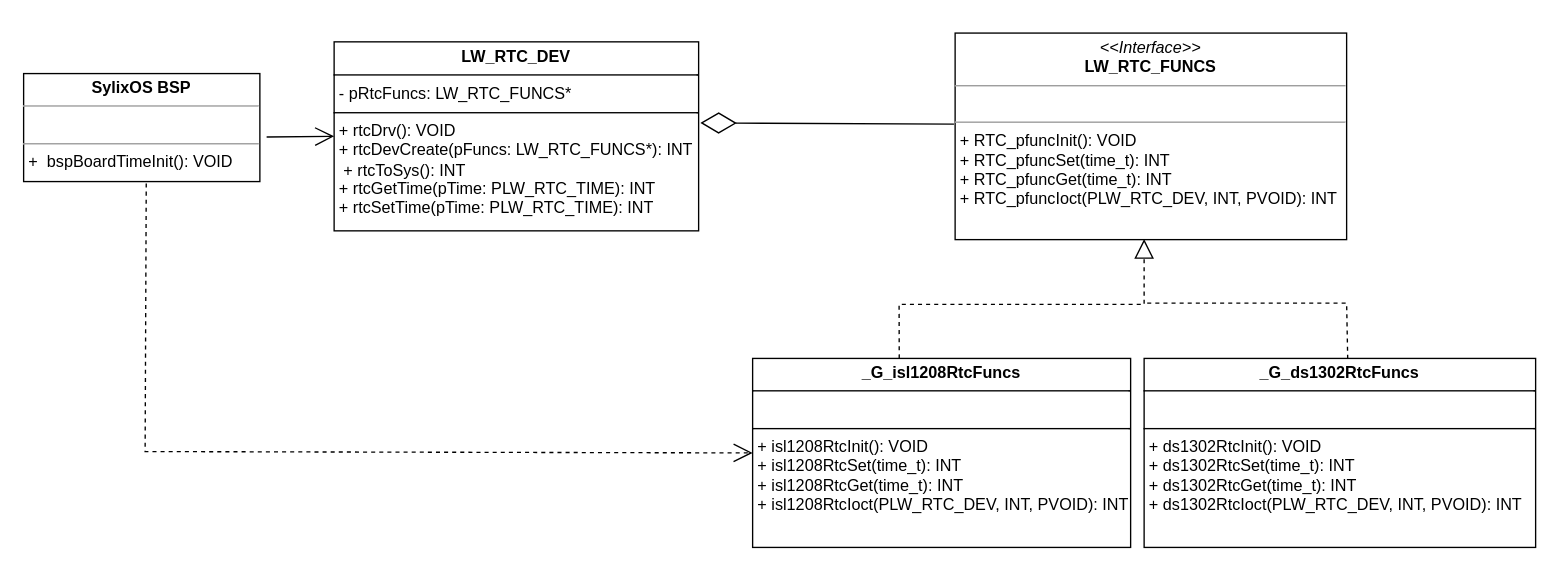
This is page "Page-1" (1 of 3) of draw/SylixOS内核艺术.drawio from peng-fan/drawio, a draw.io file, before an edit. Source tidied: cells renumbered, new cells numbered last; positions are measured from the earlier drawing's top-left corner, leaving out a move shared by most shapes. Both pictures are drawn from the tidied source at 135%, with x=0, y=0 at pixel (23, 32).
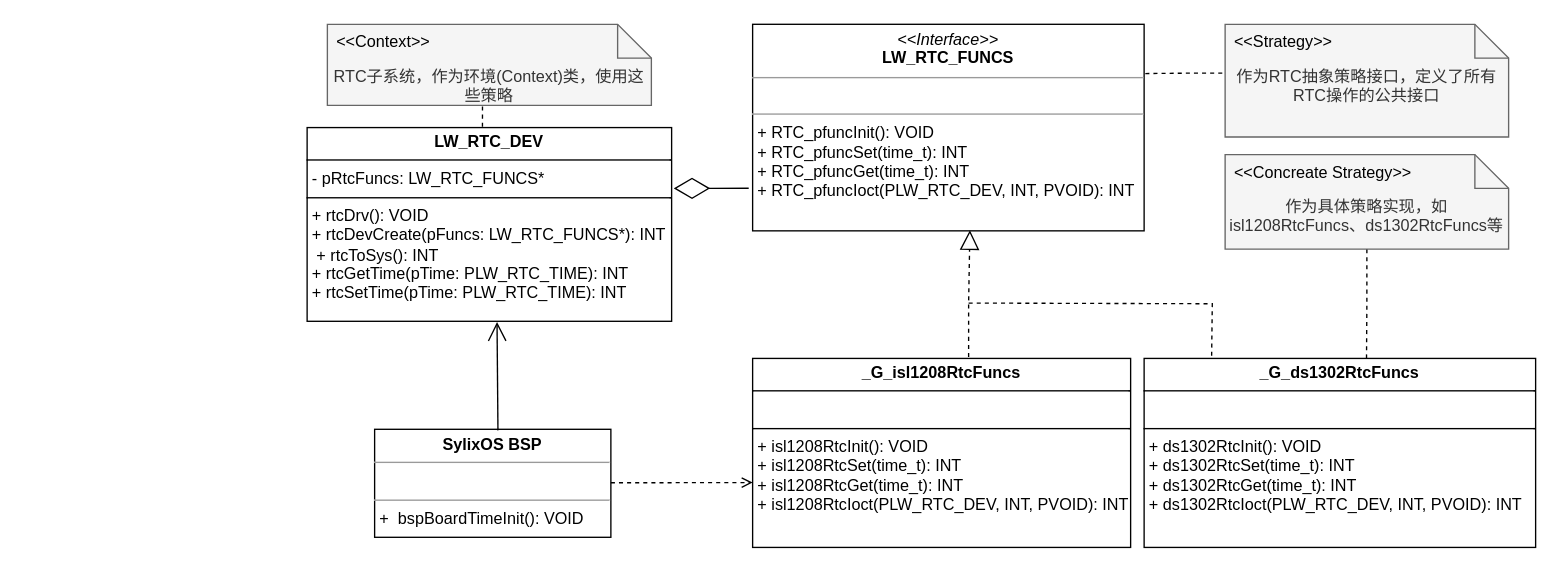
Above is the later version.

Commit message (it also covers changes not shown here):
更新SylixOS内核艺术.drawio

The change refers to these unchanged cells:
```xml
<mxCell id="3" value="&lt;p style=&quot;margin:0px;margin-top:4px;text-align:center;&quot;&gt;&lt;b&gt;_G_&lt;span style=&quot;background-color: transparent; color: light-dark(rgb(0, 0, 0), rgb(255, 255, 255)); text-align: left;&quot;&gt;isl1208RtcFuncs&lt;/span&gt;&lt;/b&gt;&lt;/p&gt;&lt;hr size=&quot;1&quot; style=&quot;border-style:solid;&quot;&gt;&lt;p style=&quot;margin:0px;margin-left:4px;&quot;&gt;&lt;br&gt;&lt;/p&gt;&lt;hr size=&quot;1&quot; style=&quot;border-style:solid;&quot;&gt;&lt;p style=&quot;text-wrap-mode: nowrap; margin: 0px 0px 0px 4px;&quot;&gt;+ isl1208RtcInit(): VOID&lt;br&gt;+ isl1208RtcSet(time_t): INT&lt;/p&gt;&lt;p style=&quot;margin: 0px 0px 0px 4px; text-wrap-mode: nowrap;&quot;&gt;+ isl1208Rtc&lt;span style=&quot;background-color: transparent; color: light-dark(rgb(0, 0, 0), rgb(255, 255, 255));&quot;&gt;Get(&lt;/span&gt;&lt;span style=&quot;background-color: transparent;&quot;&gt;time_t&lt;/span&gt;&lt;span style=&quot;background-color: transparent; color: light-dark(rgb(0, 0, 0), rgb(255, 255, 255));&quot;&gt;): INT&lt;/span&gt;&lt;/p&gt;&lt;p style=&quot;text-wrap-mode: nowrap; margin: 0px 0px 0px 4px;&quot;&gt;+ isl1208Rtc&lt;span style=&quot;background-color: transparent;&quot;&gt;Ioct&lt;/span&gt;&lt;span style=&quot;color: light-dark(rgb(0, 0, 0), rgb(255, 255, 255)); background-color: transparent;&quot;&gt;(P&lt;/span&gt;&lt;span style=&quot;background-color: transparent;&quot;&gt;LW_RTC_DEV, INT, PVOID): INT&lt;/span&gt;&lt;/p&gt;" style="verticalAlign=top;align=left;overflow=fill;html=1;whiteSpace=wrap;" parent="1" vertex="1">
  <mxGeometry x="540" y="241" width="280" height="140" as="geometry" />
</mxCell>
<mxCell id="4" value="&lt;p style=&quot;margin:0px;margin-top:4px;text-align:center;&quot;&gt;&lt;b&gt;_G_ds1302RtcFuncs&lt;/b&gt;&lt;/p&gt;&lt;hr size=&quot;1&quot; style=&quot;border-style:solid;&quot;&gt;&lt;p style=&quot;margin:0px;margin-left:4px;&quot;&gt;&lt;br&gt;&lt;/p&gt;&lt;hr size=&quot;1&quot; style=&quot;border-style:solid;&quot;&gt;&lt;p style=&quot;text-wrap-mode: nowrap; margin: 0px 0px 0px 4px;&quot;&gt;+&amp;nbsp;&lt;span style=&quot;text-wrap-mode: wrap;&quot;&gt;ds1302&lt;/span&gt;RtcInit(): VOID&lt;br&gt;+&amp;nbsp;&lt;span style=&quot;text-wrap-mode: wrap;&quot;&gt;ds1302&lt;/span&gt;RtcSet(time_t): INT&lt;/p&gt;&lt;p style=&quot;margin: 0px 0px 0px 4px; text-wrap-mode: nowrap;&quot;&gt;+&amp;nbsp;&lt;span style=&quot;text-wrap-mode: wrap;&quot;&gt;ds1302&lt;/span&gt;Rtc&lt;span style=&quot;background-color: transparent; color: light-dark(rgb(0, 0, 0), rgb(255, 255, 255));&quot;&gt;Get(&lt;/span&gt;&lt;span style=&quot;background-color: transparent;&quot;&gt;time_t&lt;/span&gt;&lt;span style=&quot;background-color: transparent; color: light-dark(rgb(0, 0, 0), rgb(255, 255, 255));&quot;&gt;): INT&lt;/span&gt;&lt;/p&gt;&lt;p style=&quot;text-wrap-mode: nowrap; margin: 0px 0px 0px 4px;&quot;&gt;+&amp;nbsp;&lt;span style=&quot;text-wrap-mode: wrap;&quot;&gt;ds1302&lt;/span&gt;Rtc&lt;span style=&quot;background-color: transparent;&quot;&gt;Ioct&lt;/span&gt;&lt;span style=&quot;color: light-dark(rgb(0, 0, 0), rgb(255, 255, 255)); background-color: transparent;&quot;&gt;(P&lt;/span&gt;&lt;span style=&quot;background-color: transparent;&quot;&gt;LW_RTC_DEV, INT, PVOID): INT&lt;/span&gt;&lt;/p&gt;" style="verticalAlign=top;align=left;overflow=fill;html=1;whiteSpace=wrap;" parent="1" vertex="1">
  <mxGeometry x="830" y="241" width="290" height="140" as="geometry" />
</mxCell>
```

What changed in the source:
```diff
@@
     <mxCell id="2" value="&lt;p style=&quot;margin:0px;margin-top:4px;text-align:center;&quot;&gt;&lt;i&gt;&amp;lt;&amp;lt;Interface&amp;gt;&amp;gt;&lt;/i&gt;&lt;br&gt;&lt;b&gt;LW_RTC_FUNCS&lt;/b&gt;&lt;/p&gt;&lt;hr size=&quot;1&quot;&gt;&lt;p style=&quot;margin:0px;margin-left:4px;&quot;&gt;&lt;br&gt;&lt;/p&gt;&lt;hr size=&quot;1&quot;&gt;&lt;p style=&quot;margin:0px;margin-left:4px;&quot;&gt;+ RTC_pfuncInit(): VOID&lt;br&gt;+ RTC_pfuncSet(time_t): INT&lt;/p&gt;&lt;p style=&quot;margin:0px;margin-left:4px;&quot;&gt;+&amp;nbsp;&lt;span style=&quot;background-color: transparent; color: light-dark(rgb(0, 0, 0), rgb(255, 255, 255));&quot;&gt;RTC_pfuncGet(&lt;/span&gt;&lt;span style=&quot;background-color: transparent;&quot;&gt;time_t&lt;/span&gt;&lt;span style=&quot;background-color: transparent; color: light-dark(rgb(0, 0, 0), rgb(255, 255, 255));&quot;&gt;): INT&lt;/span&gt;&lt;/p&gt;&lt;p style=&quot;margin:0px;margin-left:4px;&quot;&gt;+&amp;nbsp;&lt;span style=&quot;background-color: transparent;&quot;&gt;RTC_pfuncIoct&lt;/span&gt;&lt;span style=&quot;color: light-dark(rgb(0, 0, 0), rgb(255, 255, 255)); background-color: transparent;&quot;&gt;(P&lt;/span&gt;&lt;span style=&quot;background-color: transparent;&quot;&gt;LW_RTC_DEV, INT, PVOID): INT&lt;/span&gt;&lt;/p&gt;" style="verticalAlign=top;align=left;overflow=fill;fontSize=12;fontFamily=Helvetica;html=1;rounded=0;shadow=0;comic=0;labelBackgroundColor=none;strokeWidth=1;" parent="1" vertex="1">
-      <mxGeometry x="690" width="290" height="153" as="geometry" />
+      <mxGeometry x="540" y="-6.5" width="290" height="153" as="geometry" />
     </mxCell>
@@
-    <mxCell id="5" style="endArrow=block;dashed=1;endFill=0;endSize=12;html=1;rounded=0;exitX=0.567;exitY=-0.007;exitDx=0;exitDy=0;exitPerimeter=0;entryX=0.488;entryY=0.991;entryDx=0;entryDy=0;entryPerimeter=0;" parent="1" edge="1">
+    <mxCell id="5" style="endArrow=block;dashed=1;endFill=0;endSize=12;html=1;rounded=0;entryX=0.555;entryY=0.997;entryDx=0;entryDy=0;entryPerimeter=0;" parent="1" edge="1" target="2">
       <mxGeometry relative="1" as="geometry">
-        <mxPoint x="648.6" y="241" as="sourcePoint" />
-        <mxPoint x="830" y="152.6" as="targetPoint" />
+        <mxPoint x="700" y="240" as="sourcePoint" />
         <Array as="points">
-          <mxPoint x="648.5" y="201" />
-          <mxPoint x="830" y="201" />
+          <mxPoint x="700" y="200" />
         </Array>
       </mxGeometry>
     </mxCell>
-    <mxCell id="6" style="endArrow=none;dashed=1;html=1;rounded=0;exitX=0.52;exitY=0.002;exitDx=0;exitDy=0;exitPerimeter=0;" parent="1" edge="1" source="4">
-      <mxGeometry relative="1" as="geometry">
-        <mxPoint x="830" y="200" as="targetPoint" />
-        <Array as="points">
-          <mxPoint x="980" y="200" />
-        </Array>
-      </mxGeometry>
-    </mxCell>
     <mxCell id="7" value="&lt;p style=&quot;margin:0px;margin-top:4px;text-align:center;&quot;&gt;&lt;span style=&quot;font-weight: 700; text-wrap-mode: wrap;&quot;&gt;SylixOS BSP&lt;/span&gt;&lt;/p&gt;&lt;hr size=&quot;1&quot;&gt;&lt;p style=&quot;margin:0px;margin-left:4px;&quot;&gt;&lt;br&gt;&lt;/p&gt;&lt;hr size=&quot;1&quot;&gt;&lt;p style=&quot;margin:0px;margin-left:4px;&quot;&gt;&lt;span style=&quot;text-wrap-mode: wrap;&quot;&gt;+ &amp;nbsp;bspBoardTimeInit(): VOID&lt;/span&gt;&lt;/p&gt;" style="verticalAlign=top;align=left;overflow=fill;fontSize=12;fontFamily=Helvetica;html=1;rounded=0;shadow=0;comic=0;labelBackgroundColor=none;strokeWidth=1;" parent="1" vertex="1">
-      <mxGeometry y="30" width="175" height="80" as="geometry" />
+      <mxGeometry x="260" y="293.5" width="175" height="80" as="geometry" />
     </mxCell>
     <mxCell id="8" value="&lt;p style=&quot;margin:0px;margin-top:4px;text-align:center;&quot;&gt;&lt;b&gt;LW_RTC_DEV&lt;/b&gt;&lt;/p&gt;&lt;hr size=&quot;1&quot; style=&quot;border-style:solid;&quot;&gt;&lt;p style=&quot;margin:0px;margin-left:4px;&quot;&gt;- pRtcFuncs: LW_RTC_FUNCS*&lt;/p&gt;&lt;hr size=&quot;1&quot; style=&quot;border-style:solid;&quot;&gt;&lt;p style=&quot;margin:0px;margin-left:4px;&quot;&gt;+ rtcDrv(): VOID&lt;/p&gt;&lt;p style=&quot;margin:0px;margin-left:4px;&quot;&gt;+ rtcDevCreate(pFuncs: LW_RTC_FUNCS*): INT&lt;/p&gt;&lt;p style=&quot;margin:0px;margin-left:4px;&quot;&gt;&amp;nbsp;+ rtcToSys(): INT&lt;/p&gt;&lt;p style=&quot;margin:0px;margin-left:4px;&quot;&gt;+ rtcGetTime(pTime: PLW_RTC_TIME): INT&lt;/p&gt;&lt;p style=&quot;margin:0px;margin-left:4px;&quot;&gt;+ rtcSetTime(pTime: PLW_RTC_TIME): INT&lt;/p&gt;" style="verticalAlign=top;align=left;overflow=fill;html=1;whiteSpace=wrap;" parent="1" vertex="1">
-      <mxGeometry x="230" y="6.5" width="270" height="140" as="geometry" />
+      <mxGeometry x="210" y="70" width="270" height="143.5" as="geometry" />
     </mxCell>
-    <mxCell id="9" style="endArrow=diamondThin;endFill=0;endSize=24;html=1;rounded=0;exitX=-0.003;exitY=0.441;exitDx=0;exitDy=0;exitPerimeter=0;entryX=1.005;entryY=0.429;entryDx=0;entryDy=0;entryPerimeter=0;" parent="1" edge="1" source="2" target="8">
+    <mxCell id="9" style="endArrow=diamondThin;endFill=0;endSize=24;html=1;rounded=0;entryX=1.006;entryY=0.314;entryDx=0;entryDy=0;entryPerimeter=0;exitX=-0.01;exitY=0.794;exitDx=0;exitDy=0;exitPerimeter=0;" parent="1" edge="1" source="2" target="8">
       <mxGeometry relative="1" as="geometry" />
     </mxCell>
-    <mxCell id="10" style="endArrow=open;endFill=1;endSize=12;html=1;rounded=0;entryX=0;entryY=0.5;entryDx=0;entryDy=0;" parent="1" edge="1" target="8">
-      <mxGeometry relative="1" as="geometry">
-        <mxPoint x="180" y="77" as="sourcePoint" />
-      </mxGeometry>
+    <mxCell id="10" style="endArrow=open;endFill=1;endSize=12;html=1;rounded=0;entryX=0.521;entryY=1.003;entryDx=0;entryDy=0;entryPerimeter=0;exitX=0.522;exitY=0.01;exitDx=0;exitDy=0;exitPerimeter=0;" parent="1" edge="1" source="7" target="8">
+      <mxGeometry relative="1" as="geometry" />
     </mxCell>
-    <mxCell id="11" style="endArrow=open;endSize=12;dashed=1;html=1;rounded=0;exitX=0.519;exitY=1.018;exitDx=0;exitDy=0;entryX=0;entryY=0.5;entryDx=0;entryDy=0;exitPerimeter=0;" parent="1" edge="1" source="7" target="3">
-      <mxGeometry relative="1" as="geometry">
-        <Array as="points">
-          <mxPoint x="90" y="310" />
-        </Array>
-      </mxGeometry>
-    </mxCell>
+    <mxCell id="12" style="edgeStyle=orthogonalEdgeStyle;rounded=0;jettySize=auto;html=1;dashed=1;endArrow=none;endFill=0;exitX=0.5;exitY=1;exitDx=0;exitDy=0;exitPerimeter=0;entryX=0.481;entryY=0.002;entryDx=0;entryDy=0;entryPerimeter=0;" parent="1" edge="1" source="13" target="8">
+      <mxGeometry relative="1" as="geometry" />
+    </mxCell>
+    <mxCell id="13" value="&lt;div&gt;&lt;div class=&quot;ace-line ace-line old-record-id-ExkXdVtDqofSKyxZcV6c9kCpnzc&quot;&gt;RTC子系统，作为环境(Context)类，使用这些策略&lt;/div&gt;&lt;/div&gt;&lt;span data-lark-record-data=&quot;{&amp;quot;rootId&amp;quot;:&amp;quot;XQFvd94RPoZa4Mx5yjpcOu3MnYf&amp;quot;,&amp;quot;text&amp;quot;:{&amp;quot;initialAttributedTexts&amp;quot;:{&amp;quot;text&amp;quot;:{&amp;quot;0&amp;quot;:&amp;quot;RTC子系统：作为环境(Context)类，使用这些策略&amp;quot;},&amp;quot;attribs&amp;quot;:{&amp;quot;0&amp;quot;:&amp;quot;*0+s&amp;quot;}},&amp;quot;apool&amp;quot;:{&amp;quot;numToAttrib&amp;quot;:{&amp;quot;0&amp;quot;:[&amp;quot;author&amp;quot;,&amp;quot;7164723265586348036&amp;quot;]},&amp;quot;nextNum&amp;quot;:1}},&amp;quot;type&amp;quot;:&amp;quot;text&amp;quot;,&amp;quot;referenceRecordMap&amp;quot;:{},&amp;quot;extra&amp;quot;:{&amp;quot;channel&amp;quot;:&amp;quot;saas&amp;quot;,&amp;quot;isEqualBlockSelection&amp;quot;:true,&amp;quot;pasteRandomId&amp;quot;:&amp;quot;aa6ecff8-70e5-4af4-9037-28c291040ef5&amp;quot;,&amp;quot;mention_page_title&amp;quot;:{},&amp;quot;external_mention_url&amp;quot;:{}},&amp;quot;isKeepQuoteContainer&amp;quot;:false,&amp;quot;isFromCode&amp;quot;:false,&amp;quot;selection&amp;quot;:[{&amp;quot;id&amp;quot;:26,&amp;quot;type&amp;quot;:&amp;quot;text&amp;quot;,&amp;quot;selection&amp;quot;:{&amp;quot;start&amp;quot;:0,&amp;quot;end&amp;quot;:28},&amp;quot;recordId&amp;quot;:&amp;quot;ExkXdVtDqofSKyxZcV6c9kCpnzc&amp;quot;}],&amp;quot;payloadMap&amp;quot;:{},&amp;quot;isCut&amp;quot;:false}&quot; class=&quot;lark-record-clipboard&quot;&gt;&lt;/span&gt;" style="shape=note2;boundedLbl=1;whiteSpace=wrap;html=1;size=25;verticalAlign=top;align=center;fillColor=#f5f5f5;fontColor=#333333;strokeColor=#666666;" parent="1" vertex="1">
+      <mxGeometry x="225" y="-6.5" width="240" height="60" as="geometry" />
+    </mxCell>
+    <mxCell id="14" value="&lt;&lt;Context&gt;&gt;" style="strokeColor=none;fillColor=none;align=left;spacingLeft=5;" parent="13" vertex="1">
+      <mxGeometry width="240" height="25" relative="1" as="geometry" />
+    </mxCell>
+    <mxCell id="15" value="&lt;span style=&quot;background-color: transparent; color: light-dark(rgb(51, 51, 51), rgb(193, 193, 193));&quot;&gt;作为&lt;/span&gt;RTC&lt;span style=&quot;background-color: transparent; color: light-dark(rgb(51, 51, 51), rgb(193, 193, 193));&quot;&gt;抽象策略接口，定义了所有RTC操作的公共接口&lt;/span&gt;" style="shape=note2;boundedLbl=1;whiteSpace=wrap;html=1;size=25;verticalAlign=top;align=center;fillColor=#f5f5f5;fontColor=#333333;strokeColor=#666666;" parent="1" vertex="1">
+      <mxGeometry x="890" y="-6.5" width="210" height="83.5" as="geometry" />
+    </mxCell>
+    <mxCell id="16" value="&lt;&lt;Strategy&gt;&gt;" style="strokeColor=none;fillColor=none;align=left;spacingLeft=5;" parent="15" vertex="1">
+      <mxGeometry width="210" height="25" relative="1" as="geometry" />
+    </mxCell>
+    <mxCell id="17" style="edgeStyle=orthogonalEdgeStyle;rounded=0;jettySize=auto;html=1;dashed=1;endArrow=none;endFill=0;entryX=0.568;entryY=0.017;entryDx=0;entryDy=0;entryPerimeter=0;" parent="1" edge="1" source="18" target="4">
+      <mxGeometry relative="1" as="geometry" />
+    </mxCell>
+    <mxCell id="18" value="&lt;span style=&quot;background-color: transparent; color: light-dark(rgb(51, 51, 51), rgb(193, 193, 193));&quot;&gt;作为&lt;/span&gt;具体策略实现&lt;span style=&quot;background-color: transparent; color: light-dark(rgb(51, 51, 51), rgb(193, 193, 193));&quot;&gt;，如isl1208RtcFuncs、ds1302RtcFuncs等&lt;/span&gt;" style="shape=note2;boundedLbl=1;whiteSpace=wrap;html=1;size=25;verticalAlign=top;align=center;fillColor=#f5f5f5;fontColor=#333333;strokeColor=#666666;" parent="1" vertex="1">
+      <mxGeometry x="890" y="90" width="210" height="70" as="geometry" />
+    </mxCell>
+    <mxCell id="19" value="&lt;&lt;Concreate Strategy&gt;&gt;" style="strokeColor=none;fillColor=none;align=left;spacingLeft=5;" parent="18" vertex="1">
+      <mxGeometry width="210" height="25" relative="1" as="geometry" />
+    </mxCell>
+    <mxCell id="20" style="edgeStyle=orthogonalEdgeStyle;rounded=0;orthogonalLoop=1;jettySize=auto;html=1;dashed=1;endArrow=none;endFill=0;" parent="1" edge="1">
+      <mxGeometry relative="1" as="geometry">
+        <mxPoint x="700" y="200" as="sourcePoint" />
+        <mxPoint x="880" y="240" as="targetPoint" />
+      </mxGeometry>
+    </mxCell>
+    <mxCell id="21" style="edgeStyle=orthogonalEdgeStyle;rounded=0;jettySize=auto;html=1;dashed=1;endArrow=none;endFill=0;exitX=-0.01;exitY=0.433;exitDx=0;exitDy=0;exitPerimeter=0;" parent="1" edge="1" source="15">
+      <mxGeometry relative="1" as="geometry">
+        <mxPoint x="830" y="30" as="targetPoint" />
+      </mxGeometry>
+    </mxCell>
+    <mxCell id="22" style="html=1;verticalAlign=bottom;labelBackgroundColor=none;endArrow=open;endFill=0;dashed=1;rounded=0;" parent="1" edge="1">
+      <mxGeometry relative="1" as="geometry">
+        <mxPoint x="435" y="333.1" as="sourcePoint" />
+        <mxPoint x="540" y="333" as="targetPoint" />
+      </mxGeometry>
+    </mxCell>
```
